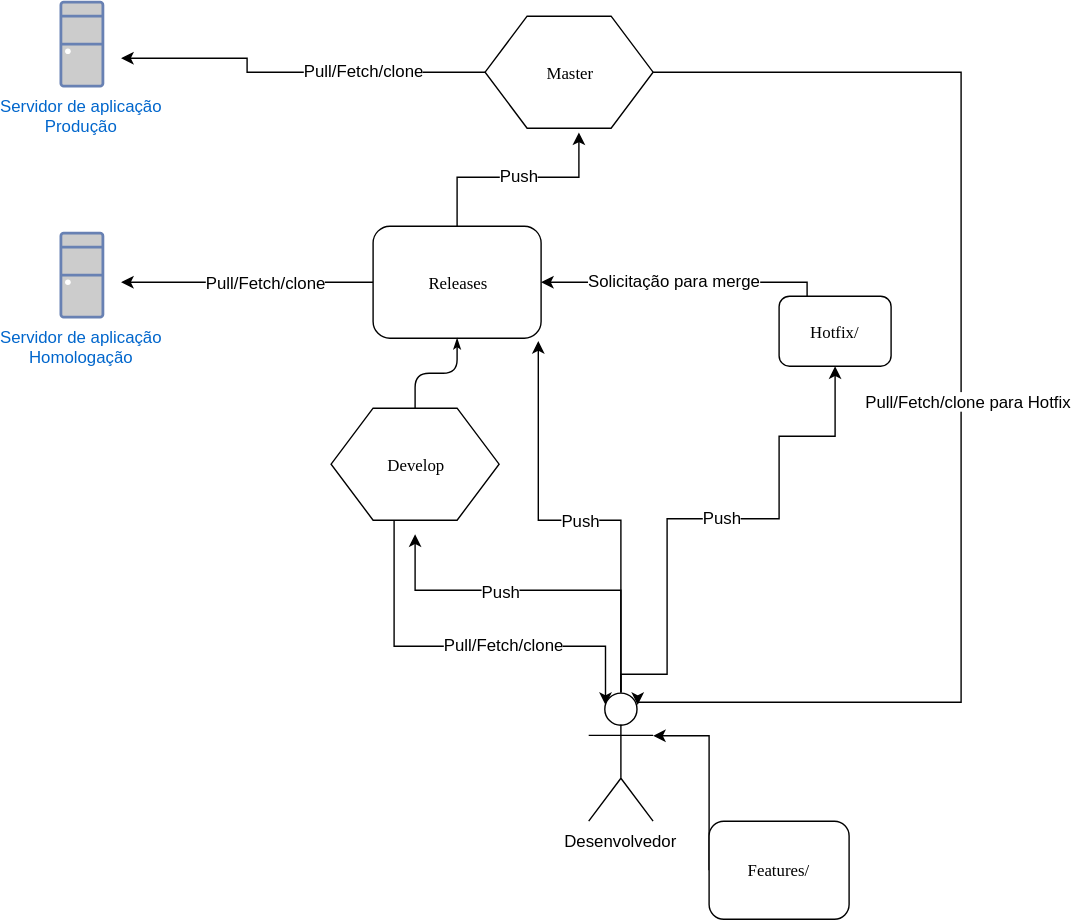
Earlier version of the draw.io export Fluxo de trabalho Git (1) (1).svg (marceloviana/git-flow). Source tidied: cells renumbered, new cells last; positions are measured from the earlier drawing's top-left corner, leaving out a move shared by most shapes. Source of this version:
```xml
<mxGraphModel background="#ffffff">
  <root>
    <mxCell id="0" />
    <mxCell id="1" parent="0" />
    <mxCell id="2" style="edgeStyle=orthogonalEdgeStyle;rounded=0;jettySize=auto;html=1;exitX=1;exitY=0.5;exitDx=0;exitDy=0;entryX=0.75;entryY=0.1;entryDx=0;entryDy=0;entryPerimeter=0;" parent="1" edge="1" source="6" target="22">
      <mxGeometry relative="1" as="geometry">
        <Array as="points">
          <mxPoint x="643" y="50" />
          <mxPoint x="643" y="500" />
          <mxPoint x="412" y="500" />
        </Array>
      </mxGeometry>
    </mxCell>
    <mxCell id="3" value="Pull/Fetch/clone para Hotfix" style="text;html=1;align=center;verticalAlign=middle;labelBackgroundColor=#ffffff;" parent="2" vertex="1">
      <mxGeometry x="-0.23" y="-107" relative="1" as="geometry">
        <mxPoint x="112" y="107" as="offset" />
      </mxGeometry>
    </mxCell>
    <mxCell id="4" style="edgeStyle=orthogonalEdgeStyle;rounded=0;jettySize=auto;html=1;exitX=0;exitY=0.5;exitDx=0;exitDy=0;" parent="1" edge="1" source="6">
      <mxGeometry relative="1" as="geometry">
        <mxPoint x="43" y="40" as="targetPoint" />
        <Array as="points">
          <mxPoint x="133" y="50" />
          <mxPoint x="133" y="40" />
        </Array>
      </mxGeometry>
    </mxCell>
    <mxCell id="5" value="Pull/Fetch/clone&lt;br&gt;" style="text;html=1;align=center;verticalAlign=middle;labelBackgroundColor=#ffffff;" parent="4" vertex="1">
      <mxGeometry x="-0.36" y="1" relative="1" as="geometry">
        <mxPoint y="-3" as="offset" />
      </mxGeometry>
    </mxCell>
    <mxCell id="6" value="Master&lt;br&gt;" style="shape=hexagon;perimeter=hexagonPerimeter;whiteSpace=wrap;html=1;rounded=0;shadow=0;labelBackgroundColor=none;strokeColor=#000000;strokeWidth=1;fillColor=#ffffff;fontFamily=Verdana;fontSize=12;fontColor=#000000;align=center;" parent="1" vertex="1">
      <mxGeometry x="303" y="10" width="120" height="80" as="geometry" />
    </mxCell>
    <mxCell id="7" style="edgeStyle=orthogonalEdgeStyle;rounded=0;jettySize=auto;html=1;exitX=0;exitY=0.5;exitDx=0;exitDy=0;" parent="1" edge="1" source="11">
      <mxGeometry relative="1" as="geometry">
        <mxPoint x="43" y="200" as="targetPoint" />
      </mxGeometry>
    </mxCell>
    <mxCell id="8" value="Pull/Fetch/clone" style="text;html=1;align=center;verticalAlign=middle;labelBackgroundColor=#ffffff;" parent="7" vertex="1">
      <mxGeometry x="-0.18" y="-1" relative="1" as="geometry">
        <mxPoint x="-4" as="offset" />
      </mxGeometry>
    </mxCell>
    <mxCell id="9" style="edgeStyle=orthogonalEdgeStyle;rounded=0;jettySize=auto;html=1;exitX=0.5;exitY=0;exitDx=0;exitDy=0;entryX=0.558;entryY=1.038;entryDx=0;entryDy=0;entryPerimeter=0;" parent="1" edge="1" source="11" target="6">
      <mxGeometry relative="1" as="geometry" />
    </mxCell>
    <mxCell id="10" value="Push" style="text;html=1;align=center;verticalAlign=middle;labelBackgroundColor=#ffffff;" parent="9" vertex="1">
      <mxGeometry x="0.1" relative="1" as="geometry">
        <mxPoint x="-6" y="-2" as="offset" />
      </mxGeometry>
    </mxCell>
    <mxCell id="11" value="Releases&lt;br&gt;" style="rounded=1;whiteSpace=wrap;html=1;shadow=0;labelBackgroundColor=none;strokeColor=#000000;strokeWidth=1;fillColor=#ffffff;fontFamily=Verdana;fontSize=12;fontColor=#000000;align=center;" parent="1" vertex="1">
      <mxGeometry x="223" y="160" width="120" height="80" as="geometry" />
    </mxCell>
    <mxCell id="12" style="edgeStyle=orthogonalEdgeStyle;rounded=1;html=1;labelBackgroundColor=none;startArrow=none;startFill=0;startSize=5;endArrow=classicThin;endFill=1;endSize=5;jettySize=auto;strokeColor=#000000;strokeWidth=1;fontFamily=Verdana;fontSize=8;fontColor=#000000;exitX=0.5;exitY=0;exitDx=0;exitDy=0;entryX=0.5;entryY=1;entryDx=0;entryDy=0;" parent="1" edge="1" source="15" target="11">
      <mxGeometry relative="1" as="geometry" />
    </mxCell>
    <mxCell id="13" style="edgeStyle=orthogonalEdgeStyle;rounded=0;jettySize=auto;html=1;exitX=0.375;exitY=1;exitDx=0;exitDy=0;entryX=0.25;entryY=0.1;entryDx=0;entryDy=0;entryPerimeter=0;" parent="1" edge="1" source="15" target="22">
      <mxGeometry relative="1" as="geometry">
        <Array as="points">
          <mxPoint x="238" y="460" />
          <mxPoint x="389" y="460" />
        </Array>
      </mxGeometry>
    </mxCell>
    <mxCell id="14" value="Pull/Fetch/clone" style="text;html=1;align=center;verticalAlign=middle;labelBackgroundColor=#ffffff;" parent="13" vertex="1">
      <mxGeometry x="0.29" y="-3" relative="1" as="geometry">
        <mxPoint x="-14" y="-5" as="offset" />
      </mxGeometry>
    </mxCell>
    <mxCell id="15" value="Develop&lt;br&gt;" style="shape=hexagon;perimeter=hexagonPerimeter;whiteSpace=wrap;html=1;rounded=0;shadow=0;labelBackgroundColor=none;strokeColor=#000000;strokeWidth=1;fillColor=#ffffff;fontFamily=Verdana;fontSize=12;fontColor=#000000;align=center;" parent="1" vertex="1">
      <mxGeometry x="193" y="290" width="120" height="80" as="geometry" />
    </mxCell>
    <mxCell id="16" style="edgeStyle=orthogonalEdgeStyle;rounded=0;jettySize=auto;html=1;exitX=0.5;exitY=0;exitDx=0;exitDy=0;exitPerimeter=0;" parent="1" edge="1" source="22">
      <mxGeometry relative="1" as="geometry">
        <mxPoint x="253" y="380" as="targetPoint" />
        <Array as="points">
          <mxPoint x="400" y="420" />
          <mxPoint x="253" y="420" />
        </Array>
      </mxGeometry>
    </mxCell>
    <mxCell id="17" value="Push" style="text;html=1;align=center;verticalAlign=middle;labelBackgroundColor=#ffffff;" parent="16" vertex="1">
      <mxGeometry x="0.22" relative="1" as="geometry" />
    </mxCell>
    <mxCell id="18" style="edgeStyle=orthogonalEdgeStyle;rounded=0;jettySize=auto;html=1;exitX=0.5;exitY=0;exitDx=0;exitDy=0;exitPerimeter=0;entryX=0.5;entryY=1;entryDx=0;entryDy=0;" parent="1" edge="1" source="22" target="25">
      <mxGeometry relative="1" as="geometry">
        <Array as="points">
          <mxPoint x="400" y="480" />
          <mxPoint x="433" y="480" />
          <mxPoint x="433" y="369" />
          <mxPoint x="513" y="369" />
          <mxPoint x="513" y="310" />
          <mxPoint x="553" y="310" />
        </Array>
      </mxGeometry>
    </mxCell>
    <mxCell id="19" value="Push&lt;br&gt;" style="text;html=1;align=center;verticalAlign=middle;labelBackgroundColor=#ffffff;" parent="18" vertex="1">
      <mxGeometry x="-0.06" y="-1" relative="1" as="geometry">
        <mxPoint x="14" y="-3" as="offset" />
      </mxGeometry>
    </mxCell>
    <mxCell id="20" style="edgeStyle=orthogonalEdgeStyle;rounded=0;jettySize=auto;html=1;exitX=0.5;exitY=0;exitDx=0;exitDy=0;exitPerimeter=0;entryX=0.983;entryY=1.025;entryDx=0;entryDy=0;entryPerimeter=0;" parent="1" edge="1" source="22" target="11">
      <mxGeometry relative="1" as="geometry">
        <Array as="points">
          <mxPoint x="400" y="370" />
          <mxPoint x="341" y="370" />
        </Array>
      </mxGeometry>
    </mxCell>
    <mxCell id="21" value="Push" style="text;html=1;align=center;verticalAlign=middle;labelBackgroundColor=#ffffff;" parent="20" vertex="1">
      <mxGeometry x="-0.19" y="14" relative="1" as="geometry">
        <mxPoint x="-27" y="-15" as="offset" />
      </mxGeometry>
    </mxCell>
    <mxCell id="22" value="Desenvolvedor" style="shape=umlActor;verticalLabelPosition=bottom;labelBackgroundColor=#ffffff;verticalAlign=top;html=1;outlineConnect=0;" parent="1" vertex="1">
      <mxGeometry x="377" y="493" width="46" height="92" as="geometry" />
    </mxCell>
    <mxCell id="23" style="edgeStyle=orthogonalEdgeStyle;rounded=0;jettySize=auto;html=1;exitX=0.25;exitY=0;exitDx=0;exitDy=0;entryX=1;entryY=0.5;entryDx=0;entryDy=0;" parent="1" edge="1" source="25" target="11">
      <mxGeometry relative="1" as="geometry">
        <Array as="points">
          <mxPoint x="533" y="200" />
        </Array>
      </mxGeometry>
    </mxCell>
    <mxCell id="24" value="Solicitação para merge" style="text;html=1;align=center;verticalAlign=middle;labelBackgroundColor=#ffffff;" parent="23" vertex="1">
      <mxGeometry x="0.15" y="1" relative="1" as="geometry">
        <mxPoint x="10" y="-3" as="offset" />
      </mxGeometry>
    </mxCell>
    <mxCell id="25" value="Hotfix/&lt;br&gt;" style="rounded=1;whiteSpace=wrap;html=1;shadow=0;labelBackgroundColor=none;strokeColor=#000000;strokeWidth=1;fillColor=#ffffff;fontFamily=Verdana;fontSize=12;fontColor=#000000;align=center;" parent="1" vertex="1">
      <mxGeometry x="513" y="210" width="80" height="50" as="geometry" />
    </mxCell>
    <mxCell id="26" style="edgeStyle=orthogonalEdgeStyle;rounded=0;jettySize=auto;html=1;exitX=0;exitY=0.5;exitDx=0;exitDy=0;entryX=1;entryY=0.3333333333333333;entryDx=0;entryDy=0;entryPerimeter=0;" parent="1" edge="1" source="27" target="22">
      <mxGeometry relative="1" as="geometry">
        <Array as="points">
          <mxPoint x="463" y="541" />
          <mxPoint x="463" y="524" />
        </Array>
      </mxGeometry>
    </mxCell>
    <mxCell id="27" value="Features/&lt;br&gt;" style="rounded=1;whiteSpace=wrap;html=1;shadow=0;labelBackgroundColor=none;strokeColor=#000000;strokeWidth=1;fillColor=#ffffff;fontFamily=Verdana;fontSize=12;fontColor=#000000;align=center;" parent="1" vertex="1">
      <mxGeometry x="463" y="585" width="100" height="70" as="geometry" />
    </mxCell>
    <mxCell id="28" value="Servidor de aplicação&lt;br&gt;Homologação&lt;br&gt;" style="fontColor=#0066CC;verticalAlign=top;verticalLabelPosition=bottom;labelPosition=center;align=center;html=1;fillColor=#CCCCCC;strokeColor=#6881B3;gradientColor=none;gradientDirection=north;strokeWidth=2;shape=mxgraph.networks.desktop_pc;" parent="1" vertex="1">
      <mxGeometry y="165" width="30" height="60" as="geometry" />
    </mxCell>
    <mxCell id="29" value="Servidor de aplicação&lt;br&gt;Produção&lt;br&gt;" style="fontColor=#0066CC;verticalAlign=top;verticalLabelPosition=bottom;labelPosition=center;align=center;html=1;fillColor=#CCCCCC;strokeColor=#6881B3;gradientColor=none;gradientDirection=north;strokeWidth=2;shape=mxgraph.networks.desktop_pc;" parent="1" vertex="1">
      <mxGeometry width="30" height="60" as="geometry" />
    </mxCell>
  </root>
</mxGraphModel>
```
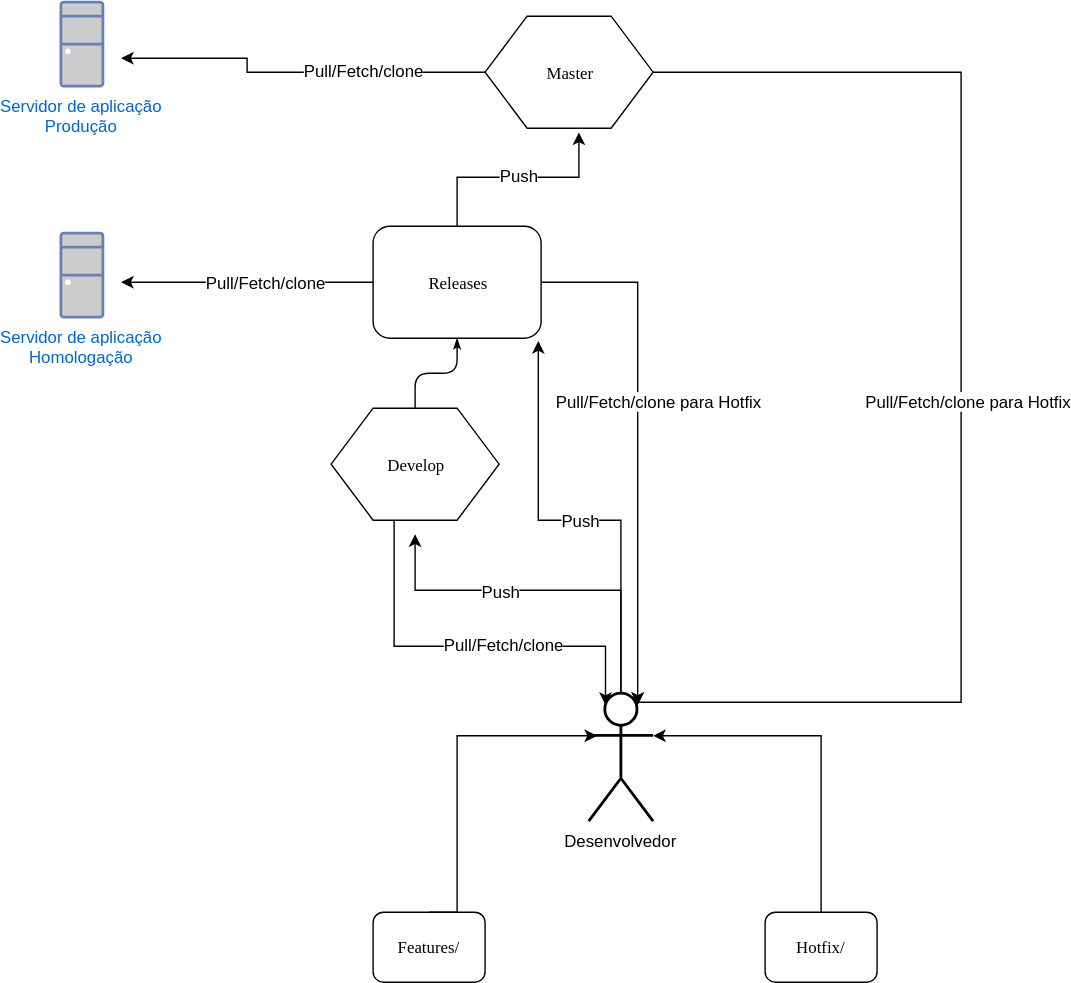
The same diagram one commit later.

The edit, as a diff of the source:
```diff
@@ -51,6 +51,14 @@
         <mxPoint x="-6" y="-2" as="offset" />
       </mxGeometry>
     </mxCell>
+    <mxCell id="30" style="edgeStyle=orthogonalEdgeStyle;rounded=0;jettySize=auto;html=1;exitX=1;exitY=0.5;exitDx=0;exitDy=0;entryX=0.75;entryY=0.1;entryDx=0;entryDy=0;entryPerimeter=0;" parent="1" edge="1" source="11" target="22">
+      <mxGeometry relative="1" as="geometry" />
+    </mxCell>
+    <mxCell id="31" value="Pull/Fetch/clone para Hotfix" style="text;html=1;align=center;verticalAlign=middle;labelBackgroundColor=#ffffff;" parent="30" vertex="1">
+      <mxGeometry x="-0.08" y="1" relative="1" as="geometry">
+        <mxPoint x="14" y="-18" as="offset" />
+      </mxGeometry>
+    </mxCell>
     <mxCell id="11" value="Releases&lt;br&gt;" style="rounded=1;whiteSpace=wrap;html=1;shadow=0;labelBackgroundColor=none;strokeColor=#000000;strokeWidth=1;fillColor=#ffffff;fontFamily=Verdana;fontSize=12;fontColor=#000000;align=center;" parent="1" vertex="1">
       <mxGeometry x="223" y="160" width="120" height="80" as="geometry" />
     </mxCell>
@@ -85,23 +93,6 @@
     <mxCell id="17" value="Push" style="text;html=1;align=center;verticalAlign=middle;labelBackgroundColor=#ffffff;" parent="16" vertex="1">
       <mxGeometry x="0.22" relative="1" as="geometry" />
     </mxCell>
-    <mxCell id="18" style="edgeStyle=orthogonalEdgeStyle;rounded=0;jettySize=auto;html=1;exitX=0.5;exitY=0;exitDx=0;exitDy=0;exitPerimeter=0;entryX=0.5;entryY=1;entryDx=0;entryDy=0;" parent="1" edge="1" source="22" target="25">
-      <mxGeometry relative="1" as="geometry">
-        <Array as="points">
-          <mxPoint x="400" y="480" />
-          <mxPoint x="433" y="480" />
-          <mxPoint x="433" y="369" />
-          <mxPoint x="513" y="369" />
-          <mxPoint x="513" y="310" />
-          <mxPoint x="553" y="310" />
-        </Array>
-      </mxGeometry>
-    </mxCell>
-    <mxCell id="19" value="Push&lt;br&gt;" style="text;html=1;align=center;verticalAlign=middle;labelBackgroundColor=#ffffff;" parent="18" vertex="1">
-      <mxGeometry x="-0.06" y="-1" relative="1" as="geometry">
-        <mxPoint x="14" y="-3" as="offset" />
-      </mxGeometry>
-    </mxCell>
     <mxCell id="20" style="edgeStyle=orthogonalEdgeStyle;rounded=0;jettySize=auto;html=1;exitX=0.5;exitY=0;exitDx=0;exitDy=0;exitPerimeter=0;entryX=0.983;entryY=1.025;entryDx=0;entryDy=0;entryPerimeter=0;" parent="1" edge="1" source="22" target="11">
       <mxGeometry relative="1" as="geometry">
         <Array as="points">
@@ -115,34 +106,26 @@
         <mxPoint x="-27" y="-15" as="offset" />
       </mxGeometry>
     </mxCell>
-    <mxCell id="22" value="Desenvolvedor" style="shape=umlActor;verticalLabelPosition=bottom;labelBackgroundColor=#ffffff;verticalAlign=top;html=1;outlineConnect=0;" parent="1" vertex="1">
+    <mxCell id="22" value="Desenvolvedor" style="shape=umlActor;verticalLabelPosition=bottom;labelBackgroundColor=#ffffff;verticalAlign=top;html=1;outlineConnect=0;gradientColor=none;strokeWidth=2;" parent="1" vertex="1">
       <mxGeometry x="377" y="493" width="46" height="92" as="geometry" />
     </mxCell>
-    <mxCell id="23" style="edgeStyle=orthogonalEdgeStyle;rounded=0;jettySize=auto;html=1;exitX=0.25;exitY=0;exitDx=0;exitDy=0;entryX=1;entryY=0.5;entryDx=0;entryDy=0;" parent="1" edge="1" source="25" target="11">
-      <mxGeometry relative="1" as="geometry">
-        <Array as="points">
-          <mxPoint x="533" y="200" />
-        </Array>
-      </mxGeometry>
-    </mxCell>
-    <mxCell id="24" value="Solicitação para merge" style="text;html=1;align=center;verticalAlign=middle;labelBackgroundColor=#ffffff;" parent="23" vertex="1">
-      <mxGeometry x="0.15" y="1" relative="1" as="geometry">
-        <mxPoint x="10" y="-3" as="offset" />
-      </mxGeometry>
-    </mxCell>
+    <mxCell id="32" style="edgeStyle=orthogonalEdgeStyle;rounded=0;jettySize=auto;html=1;exitX=0.5;exitY=0;exitDx=0;exitDy=0;entryX=1;entryY=0.3333333333333333;entryDx=0;entryDy=0;entryPerimeter=0;" parent="1" edge="1" source="25" target="22">
+      <mxGeometry relative="1" as="geometry" />
+    </mxCell>
     <mxCell id="25" value="Hotfix/&lt;br&gt;" style="rounded=1;whiteSpace=wrap;html=1;shadow=0;labelBackgroundColor=none;strokeColor=#000000;strokeWidth=1;fillColor=#ffffff;fontFamily=Verdana;fontSize=12;fontColor=#000000;align=center;" parent="1" vertex="1">
-      <mxGeometry x="513" y="210" width="80" height="50" as="geometry" />
+      <mxGeometry x="503" y="650" width="80" height="50" as="geometry" />
     </mxCell>
-    <mxCell id="26" style="edgeStyle=orthogonalEdgeStyle;rounded=0;jettySize=auto;html=1;exitX=0;exitY=0.5;exitDx=0;exitDy=0;entryX=1;entryY=0.3333333333333333;entryDx=0;entryDy=0;entryPerimeter=0;" parent="1" edge="1" source="27" target="22">
+    <mxCell id="26" style="edgeStyle=orthogonalEdgeStyle;rounded=0;jettySize=auto;html=1;exitX=0.5;exitY=0;exitDx=0;exitDy=0;" parent="1" edge="1" source="27">
       <mxGeometry relative="1" as="geometry">
+        <mxPoint x="383" y="524" as="targetPoint" />
         <Array as="points">
-          <mxPoint x="463" y="541" />
-          <mxPoint x="463" y="524" />
+          <mxPoint x="283" y="650" />
+          <mxPoint x="283" y="524" />
         </Array>
       </mxGeometry>
     </mxCell>
     <mxCell id="27" value="Features/&lt;br&gt;" style="rounded=1;whiteSpace=wrap;html=1;shadow=0;labelBackgroundColor=none;strokeColor=#000000;strokeWidth=1;fillColor=#ffffff;fontFamily=Verdana;fontSize=12;fontColor=#000000;align=center;" parent="1" vertex="1">
-      <mxGeometry x="463" y="585" width="100" height="70" as="geometry" />
+      <mxGeometry x="223" y="650" width="80" height="50" as="geometry" />
     </mxCell>
     <mxCell id="28" value="Servidor de aplicação&lt;br&gt;Homologação&lt;br&gt;" style="fontColor=#0066CC;verticalAlign=top;verticalLabelPosition=bottom;labelPosition=center;align=center;html=1;fillColor=#CCCCCC;strokeColor=#6881B3;gradientColor=none;gradientDirection=north;strokeWidth=2;shape=mxgraph.networks.desktop_pc;" parent="1" vertex="1">
       <mxGeometry y="165" width="30" height="60" as="geometry" />
```
